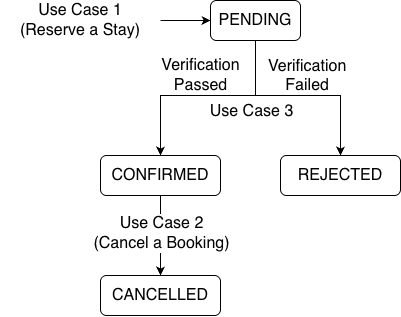
Earlier version of the draw.io export BookingStates.png (cse4504-wustl/clean_architecture_studio). Source tidied: cells renumbered, new cells last; positions are measured from the earlier drawing's top-left corner, leaving out a move shared by most shapes.
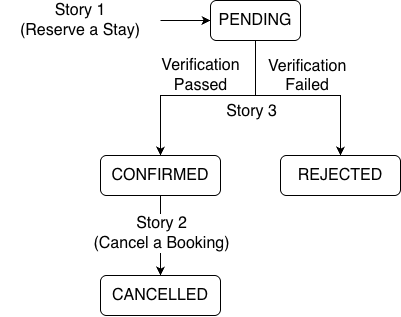
The same file after the commit.

What changed in the source:
```diff
@@ -5,7 +5,7 @@
     <mxCell id="2" style="edgeStyle=orthogonalEdgeStyle;rounded=0;jettySize=auto;html=1;entryX=0;entryY=0.5;entryDx=0;entryDy=0;" parent="1" edge="1" source="3" target="7">
       <mxGeometry relative="1" as="geometry" />
     </mxCell>
-    <mxCell id="3" value="Use Case 1&lt;div&gt;&lt;div&gt;(Reserve a Stay)&lt;/div&gt;&lt;/div&gt;" style="text;html=1;whiteSpace=wrap;strokeColor=none;fillColor=none;align=center;verticalAlign=middle;rounded=0;fontSize=16;" parent="1" vertex="1">
+    <mxCell id="3" value="Story 1&lt;div&gt;&lt;div&gt;(Reserve a Stay)&lt;/div&gt;&lt;/div&gt;" style="text;html=1;whiteSpace=wrap;strokeColor=none;fillColor=none;align=center;verticalAlign=middle;rounded=0;fontSize=16;" parent="1" vertex="1">
       <mxGeometry y="5" width="160" height="30" as="geometry" />
     </mxCell>
     <mxCell id="4" value="&lt;font style=&quot;font-size: 16px;&quot;&gt;Verification&lt;/font&gt;&lt;div&gt;&lt;font style=&quot;font-size: 16px;&quot;&gt;Passed&lt;/font&gt;&lt;/div&gt;" style="edgeStyle=orthogonalEdgeStyle;rounded=0;jettySize=auto;html=1;entryX=0.5;entryY=0;entryDx=0;entryDy=0;" parent="1" edge="1" source="7" target="10">
@@ -16,7 +16,7 @@
         </Array>
       </mxGeometry>
     </mxCell>
-    <mxCell id="5" value="Use Case 3" style="edgeLabel;html=1;align=center;verticalAlign=middle;fontSize=16;" parent="4" vertex="1">
+    <mxCell id="5" value="Story 3" style="edgeLabel;html=1;align=center;verticalAlign=middle;fontSize=16;" parent="4" vertex="1">
       <mxGeometry x="-0.38" y="2" relative="1" as="geometry">
         <mxPoint x="5" y="13" as="offset" />
       </mxGeometry>
@@ -35,7 +35,7 @@
     <mxCell id="8" style="edgeStyle=orthogonalEdgeStyle;rounded=0;jettySize=auto;html=1;entryX=0.5;entryY=0;entryDx=0;entryDy=0;" parent="1" edge="1" source="10" target="12">
       <mxGeometry relative="1" as="geometry" />
     </mxCell>
-    <mxCell id="9" value="&lt;font style=&quot;font-size: 16px;&quot;&gt;Use Case 2&lt;br&gt;(Cancel a Booking)&lt;/font&gt;" style="edgeLabel;html=1;align=center;verticalAlign=middle;" parent="8" vertex="1">
+    <mxCell id="9" value="&lt;font style=&quot;font-size: 16px;&quot;&gt;Story 2&lt;/font&gt;&lt;div&gt;&lt;font style=&quot;font-size: 16px;&quot;&gt;(Cancel a Booking)&lt;/font&gt;&lt;/div&gt;" style="edgeLabel;html=1;align=center;verticalAlign=middle;" parent="8" vertex="1">
       <mxGeometry x="-0.32" y="-4" relative="1" as="geometry">
         <mxPoint x="4" y="10" as="offset" />
       </mxGeometry>
```
